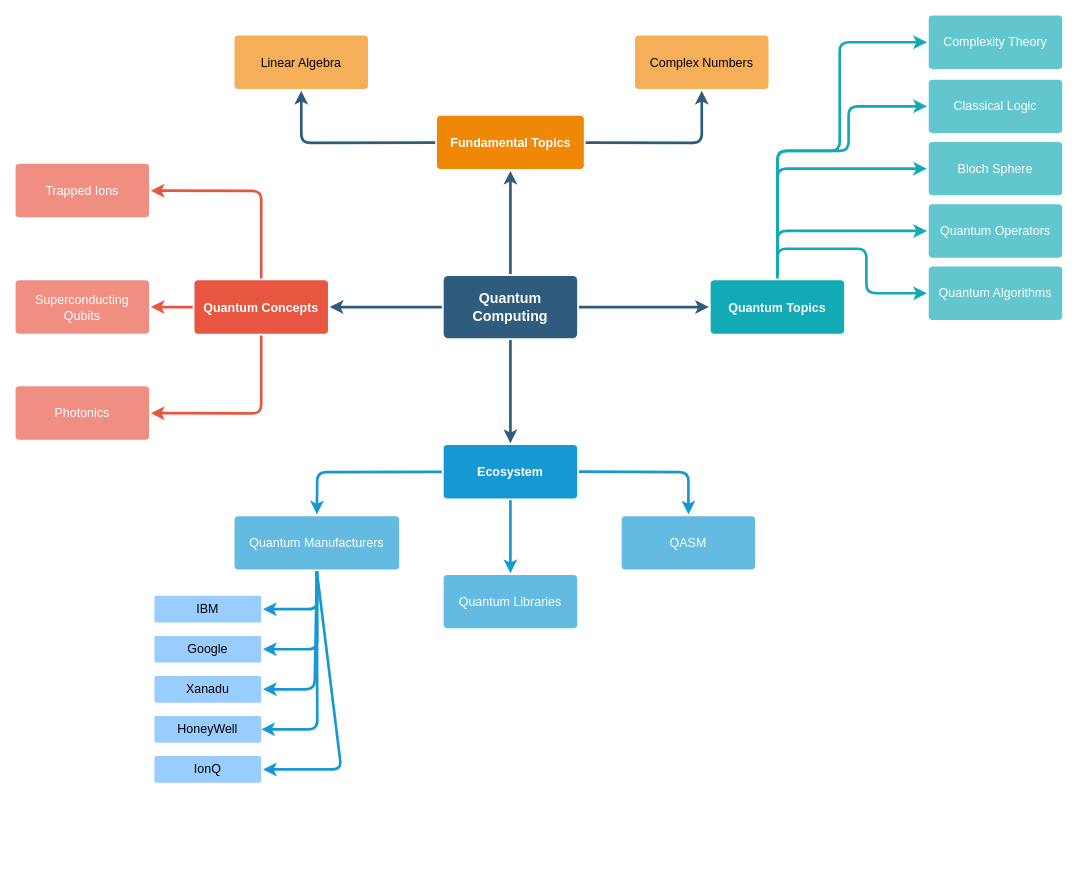
The draw.io diagram quantum_roadmap.drawio in pablomateo/quantum_computing_learning_stack, before the edit. Source tidied: cells renumbered, new cells numbered last; positions are measured from the earlier drawing's top-left corner, leaving out a move shared by most shapes. Both pictures are drawn from the tidied source at 89%, with x=0, y=0 at pixel (15, 15).
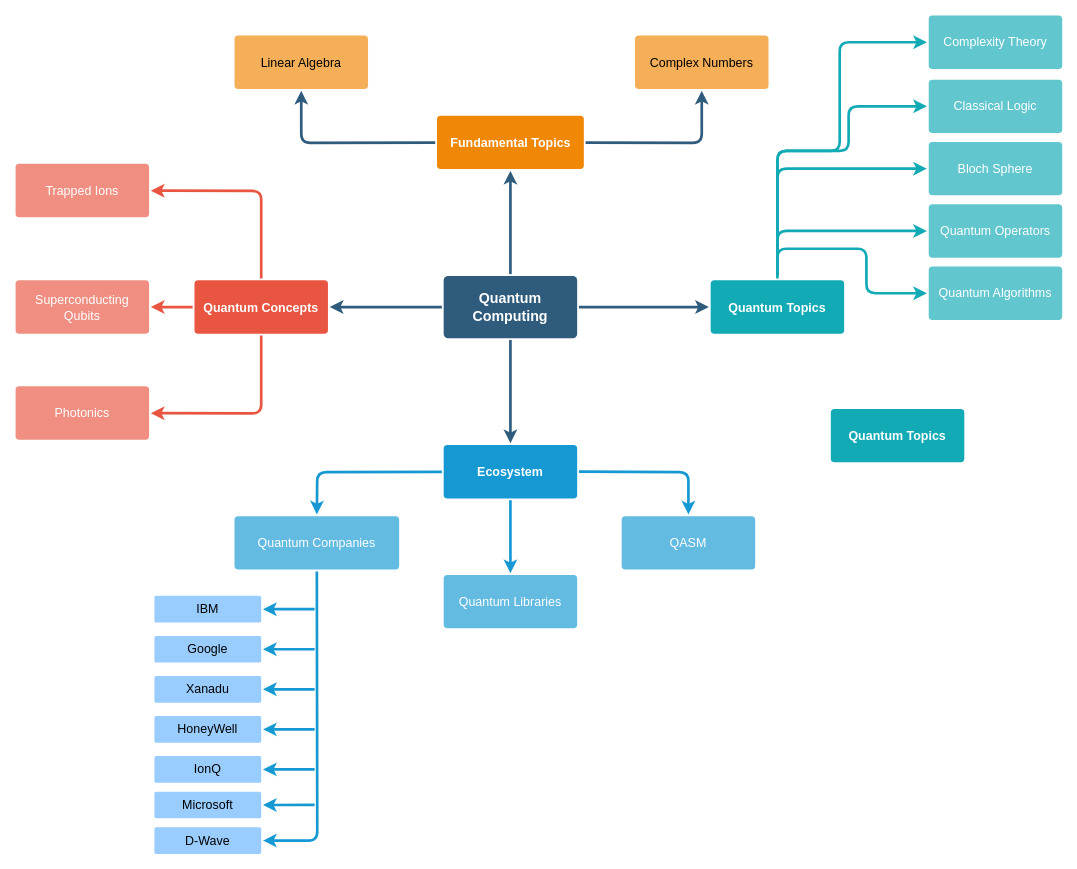
Above is the later version.

Commit message (it also covers changes not shown here):
Removed pending to arrange topics

Unchanged cells that the change refers to:
```xml
<mxCell id="37" value="&lt;font color=&quot;#000000&quot;&gt;IBM&lt;/font&gt;" style="rounded=1;whiteSpace=wrap;html=1;shadow=0;labelBackgroundColor=none;strokeColor=none;strokeWidth=3;fillColor=#99CCFF;fontFamily=Helvetica;fontSize=14;fontColor=#FFFFFF;align=center;spacing=5;arcSize=7;perimeterSpacing=2;" parent="1" vertex="1">
  <mxGeometry x="156" y="652" width="120" height="30" as="geometry" />
</mxCell>
<mxCell id="38" value="&lt;font color=&quot;#000000&quot;&gt;Google&lt;/font&gt;" style="rounded=1;whiteSpace=wrap;html=1;shadow=0;labelBackgroundColor=none;strokeColor=none;strokeWidth=3;fillColor=#99CCFF;fontFamily=Helvetica;fontSize=14;fontColor=#FFFFFF;align=center;spacing=5;arcSize=7;perimeterSpacing=2;" parent="1" vertex="1">
  <mxGeometry x="156" y="697" width="120" height="30" as="geometry" />
</mxCell>
<mxCell id="39" value="&lt;font color=&quot;#000000&quot;&gt;Xanadu&lt;/font&gt;" style="rounded=1;whiteSpace=wrap;html=1;shadow=0;labelBackgroundColor=none;strokeColor=none;strokeWidth=3;fillColor=#99CCFF;fontFamily=Helvetica;fontSize=14;fontColor=#FFFFFF;align=center;spacing=5;arcSize=7;perimeterSpacing=2;" parent="1" vertex="1">
  <mxGeometry x="156" y="742" width="120" height="30" as="geometry" />
</mxCell>
<mxCell id="40" value="&lt;font color=&quot;#000000&quot;&gt;HoneyWell&lt;/font&gt;" style="rounded=1;whiteSpace=wrap;html=1;shadow=0;labelBackgroundColor=none;strokeColor=none;strokeWidth=3;fillColor=#99CCFF;fontFamily=Helvetica;fontSize=14;fontColor=#FFFFFF;align=center;spacing=5;arcSize=7;perimeterSpacing=2;" parent="1" vertex="1">
  <mxGeometry x="156" y="787" width="120" height="30" as="geometry" />
</mxCell>
<mxCell id="41" value="&lt;font color=&quot;#000000&quot;&gt;IonQ&lt;/font&gt;" style="rounded=1;whiteSpace=wrap;html=1;shadow=0;labelBackgroundColor=none;strokeColor=none;strokeWidth=3;fillColor=#99CCFF;fontFamily=Helvetica;fontSize=14;fontColor=#FFFFFF;align=center;spacing=5;arcSize=7;perimeterSpacing=2;" parent="1" vertex="1">
  <mxGeometry x="156" y="832" width="120" height="30" as="geometry" />
</mxCell>
```

The edit, as a diff of the source:
```diff
@@
-    <mxCell id="20" value="Quantum Manufacturers" style="rounded=1;whiteSpace=wrap;html=1;shadow=0;labelBackgroundColor=none;strokeColor=none;strokeWidth=3;fillColor=#64bbe2;fontFamily=Helvetica;fontSize=14;fontColor=#FFFFFF;align=center;spacing=5;arcSize=7;perimeterSpacing=2;" parent="1" vertex="1">
+    <mxCell id="20" value="Quantum Companies" style="rounded=1;whiteSpace=wrap;html=1;shadow=0;labelBackgroundColor=none;strokeColor=none;strokeWidth=3;fillColor=#64bbe2;fontFamily=Helvetica;fontSize=14;fontColor=#FFFFFF;align=center;spacing=5;arcSize=7;perimeterSpacing=2;" parent="1" vertex="1">
       <mxGeometry x="246" y="562.5" width="185" height="60" as="geometry" />
     </mxCell>
@@
+    <mxCell id="47" style="edgeStyle=none;rounded=1;jumpStyle=none;html=1;shadow=0;labelBackgroundColor=none;startArrow=classic;startFill=1;jettySize=auto;strokeColor=#1699D3;strokeWidth=3;fontFamily=Helvetica;fontSize=14;fontColor=#FFFFFF;spacing=5;fontStyle=1;fillColor=#b0e3e6;entryX=1;entryY=0.5;entryDx=0;entryDy=0;exitX=1;exitY=0.5;exitDx=0;exitDy=0;endArrow=none;endFill=0;" parent="1" edge="1" source="37">
+      <mxGeometry relative="1" as="geometry">
+        <mxPoint x="336" y="667" as="targetPoint" />
+      </mxGeometry>
+    </mxCell>
@@
+    <mxCell id="48" style="edgeStyle=none;rounded=1;jumpStyle=none;html=1;shadow=0;labelBackgroundColor=none;startArrow=classic;startFill=1;jettySize=auto;strokeColor=#1699D3;strokeWidth=3;fontFamily=Helvetica;fontSize=14;fontColor=#FFFFFF;spacing=5;fontStyle=1;fillColor=#b0e3e6;entryX=1;entryY=0.5;entryDx=0;entryDy=0;exitX=1;exitY=0.5;exitDx=0;exitDy=0;endArrow=none;endFill=0;" parent="1" edge="1" source="38">
+      <mxGeometry relative="1" as="geometry">
+        <mxPoint x="336" y="712" as="targetPoint" />
+      </mxGeometry>
+    </mxCell>
@@
+    <mxCell id="49" style="edgeStyle=none;rounded=1;jumpStyle=none;html=1;shadow=0;labelBackgroundColor=none;startArrow=classic;startFill=1;jettySize=auto;strokeColor=#1699D3;strokeWidth=3;fontFamily=Helvetica;fontSize=14;fontColor=#FFFFFF;spacing=5;fontStyle=1;fillColor=#b0e3e6;entryX=1;entryY=0.5;entryDx=0;entryDy=0;exitX=1;exitY=0.5;exitDx=0;exitDy=0;endArrow=none;endFill=0;" parent="1" edge="1" source="39">
+      <mxGeometry relative="1" as="geometry">
+        <mxPoint x="336" y="757" as="targetPoint" />
+      </mxGeometry>
+    </mxCell>
@@
+    <mxCell id="50" style="edgeStyle=none;rounded=1;jumpStyle=none;html=1;shadow=0;labelBackgroundColor=none;startArrow=classic;startFill=1;jettySize=auto;strokeColor=#1699D3;strokeWidth=3;fontFamily=Helvetica;fontSize=14;fontColor=#FFFFFF;spacing=5;fontStyle=1;fillColor=#b0e3e6;entryX=1;entryY=0.5;entryDx=0;entryDy=0;exitX=1;exitY=0.5;exitDx=0;exitDy=0;endArrow=none;endFill=0;" parent="1" edge="1" source="40">
+      <mxGeometry relative="1" as="geometry">
+        <mxPoint x="336" y="802.1" as="targetPoint" />
+      </mxGeometry>
+    </mxCell>
@@
+    <mxCell id="51" style="edgeStyle=none;rounded=1;jumpStyle=none;html=1;shadow=0;labelBackgroundColor=none;startArrow=classic;startFill=1;jettySize=auto;strokeColor=#1699D3;strokeWidth=3;fontFamily=Helvetica;fontSize=14;fontColor=#FFFFFF;spacing=5;fontStyle=1;fillColor=#b0e3e6;entryX=1;entryY=0.5;entryDx=0;entryDy=0;exitX=1;exitY=0.5;exitDx=0;exitDy=0;endArrow=none;endFill=0;" parent="1" edge="1" source="41">
+      <mxGeometry relative="1" as="geometry">
+        <mxPoint x="336" y="846.9" as="targetPoint" />
+      </mxGeometry>
+    </mxCell>
@@
-    <mxCell id="42" style="edgeStyle=none;rounded=1;jumpStyle=none;html=1;shadow=0;labelBackgroundColor=none;startArrow=none;startFill=0;jettySize=auto;strokeColor=#1699D3;strokeWidth=3;fontFamily=Helvetica;fontSize=14;fontColor=#FFFFFF;spacing=5;fontStyle=1;fillColor=#b0e3e6;entryX=1;entryY=0.5;entryDx=0;entryDy=0;exitX=0.5;exitY=1;exitDx=0;exitDy=0;" parent="1" edge="1" source="20" target="41">
-      <mxGeometry relative="1" as="geometry">
-        <Array as="points">
-          <mxPoint x="366" y="847" />
-        </Array>
-      </mxGeometry>
-    </mxCell>
-    <mxCell id="43" style="edgeStyle=none;rounded=1;jumpStyle=none;html=1;shadow=0;labelBackgroundColor=none;startArrow=none;startFill=0;jettySize=auto;strokeColor=#1699D3;strokeWidth=3;fontFamily=Helvetica;fontSize=14;fontColor=#FFFFFF;spacing=5;fontStyle=1;fillColor=#b0e3e6;exitX=0.5;exitY=1;exitDx=0;exitDy=0;" parent="1" edge="1" source="20">
-      <mxGeometry relative="1" as="geometry">
-        <mxPoint x="276" y="802" as="targetPoint" />
-        <Array as="points">
-          <mxPoint x="339" y="802" />
-        </Array>
-      </mxGeometry>
-    </mxCell>
-    <mxCell id="44" style="edgeStyle=none;rounded=1;jumpStyle=none;html=1;shadow=0;labelBackgroundColor=none;startArrow=none;startFill=0;jettySize=auto;strokeColor=#1699D3;strokeWidth=3;fontFamily=Helvetica;fontSize=14;fontColor=#FFFFFF;spacing=5;fontStyle=1;fillColor=#b0e3e6;entryX=1;entryY=0.5;entryDx=0;entryDy=0;exitX=0.5;exitY=1;exitDx=0;exitDy=0;" parent="1" edge="1" source="20" target="39">
-      <mxGeometry relative="1" as="geometry">
-        <Array as="points">
-          <mxPoint x="336" y="757" />
-        </Array>
-      </mxGeometry>
-    </mxCell>
-    <mxCell id="45" style="edgeStyle=none;rounded=1;jumpStyle=none;html=1;shadow=0;labelBackgroundColor=none;startArrow=none;startFill=0;jettySize=auto;strokeColor=#1699D3;strokeWidth=3;fontFamily=Helvetica;fontSize=14;fontColor=#FFFFFF;spacing=5;fontStyle=1;fillColor=#b0e3e6;entryX=1;entryY=0.5;entryDx=0;entryDy=0;exitX=0.5;exitY=1;exitDx=0;exitDy=0;" parent="1" edge="1" source="20" target="38">
-      <mxGeometry relative="1" as="geometry">
-        <Array as="points">
-          <mxPoint x="339" y="712" />
-        </Array>
-      </mxGeometry>
-    </mxCell>
-    <mxCell id="46" style="edgeStyle=none;rounded=1;jumpStyle=none;html=1;shadow=0;labelBackgroundColor=none;startArrow=none;startFill=0;jettySize=auto;strokeColor=#1699D3;strokeWidth=3;fontFamily=Helvetica;fontSize=14;fontColor=#FFFFFF;spacing=5;fontStyle=1;fillColor=#b0e3e6;entryX=1;entryY=0.5;entryDx=0;entryDy=0;exitX=0.5;exitY=1;exitDx=0;exitDy=0;" parent="1" edge="1" source="20" target="37">
-      <mxGeometry relative="1" as="geometry">
-        <Array as="points">
-          <mxPoint x="339" y="667" />
-        </Array>
-      </mxGeometry>
-    </mxCell>
+    <mxCell id="52" value="Quantum Topics" style="rounded=1;whiteSpace=wrap;html=1;shadow=0;labelBackgroundColor=none;strokeColor=none;strokeWidth=3;fillColor=#12aab5;fontFamily=Helvetica;fontSize=14;fontColor=#FFFFFF;align=center;spacing=5;fontStyle=1;arcSize=7;perimeterSpacing=2;" parent="1" vertex="1">
+      <mxGeometry x="916" y="442" width="150" height="60" as="geometry" />
+    </mxCell>
+    <mxCell id="53" style="edgeStyle=none;rounded=1;jumpStyle=none;html=1;shadow=0;labelBackgroundColor=none;startArrow=classic;startFill=1;jettySize=auto;strokeColor=#1699D3;strokeWidth=3;fontFamily=Helvetica;fontSize=14;fontColor=#FFFFFF;spacing=5;fontStyle=1;fillColor=#b0e3e6;entryX=1;entryY=0.5;entryDx=0;entryDy=0;exitX=1;exitY=0.5;exitDx=0;exitDy=0;endArrow=none;endFill=0;" parent="1" edge="1" source="54">
+      <mxGeometry relative="1" as="geometry">
+        <mxPoint x="336" y="886.9" as="targetPoint" />
+      </mxGeometry>
+    </mxCell>
+    <mxCell id="54" value="&lt;font color=&quot;#000000&quot;&gt;Microsoft&lt;/font&gt;" style="rounded=1;whiteSpace=wrap;html=1;shadow=0;labelBackgroundColor=none;strokeColor=none;strokeWidth=3;fillColor=#99CCFF;fontFamily=Helvetica;fontSize=14;fontColor=#FFFFFF;align=center;spacing=5;arcSize=7;perimeterSpacing=2;" parent="1" vertex="1">
+      <mxGeometry x="156" y="872" width="120" height="30" as="geometry" />
+    </mxCell>
+    <mxCell id="55" value="&lt;font color=&quot;#000000&quot;&gt;&lt;span&gt;D-Wave&lt;/span&gt;&lt;/font&gt;" style="rounded=1;whiteSpace=wrap;html=1;shadow=0;labelBackgroundColor=none;strokeColor=none;strokeWidth=3;fillColor=#99CCFF;fontFamily=Helvetica;fontSize=14;fontColor=#FFFFFF;align=center;spacing=5;arcSize=7;perimeterSpacing=2;" parent="1" vertex="1">
+      <mxGeometry x="156" y="912" width="120" height="30" as="geometry" />
+    </mxCell>
+    <mxCell id="56" style="edgeStyle=none;rounded=1;jumpStyle=none;html=1;shadow=0;labelBackgroundColor=none;startArrow=none;startFill=0;jettySize=auto;strokeColor=#1699D3;strokeWidth=3;fontFamily=Helvetica;fontSize=14;fontColor=#FFFFFF;spacing=5;fontStyle=1;fillColor=#b0e3e6;entryX=1;entryY=0.5;entryDx=0;entryDy=0;exitX=0.5;exitY=1;exitDx=0;exitDy=0;" parent="1" edge="1" source="20" target="55">
+      <mxGeometry relative="1" as="geometry">
+        <Array as="points">
+          <mxPoint x="339" y="927" />
+        </Array>
+      </mxGeometry>
+    </mxCell>
```
